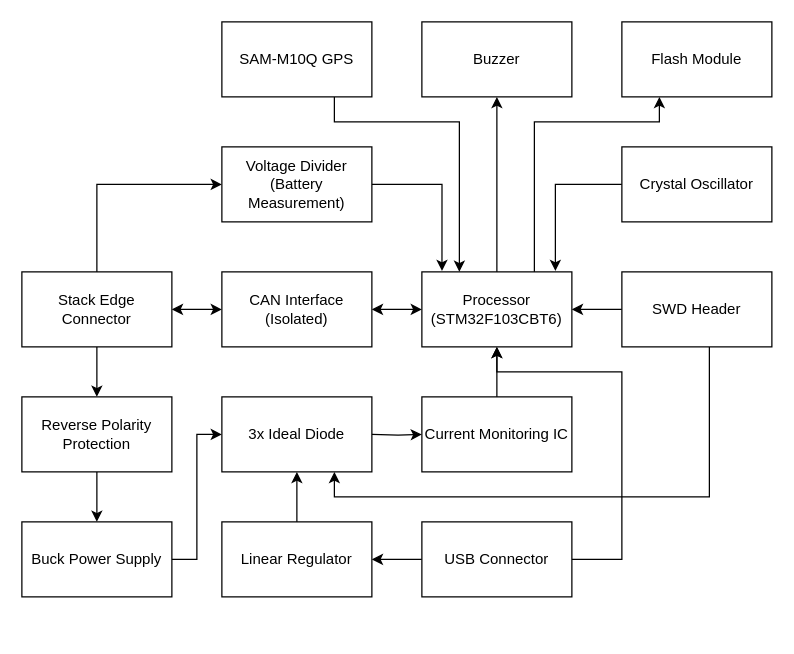
Earlier version of the draw.io diagram Diagrams/GPS_Module_Diagram.drawio (Queens-Rocket-Engineering-Team/Avionics-23-25). Source tidied: cells renumbered, new cells numbered last; positions are measured from the earlier drawing's top-left corner, leaving out a move shared by most shapes. Both pictures are drawn from the tidied source at 125%, with x=0, y=0 at pixel (21, 21).
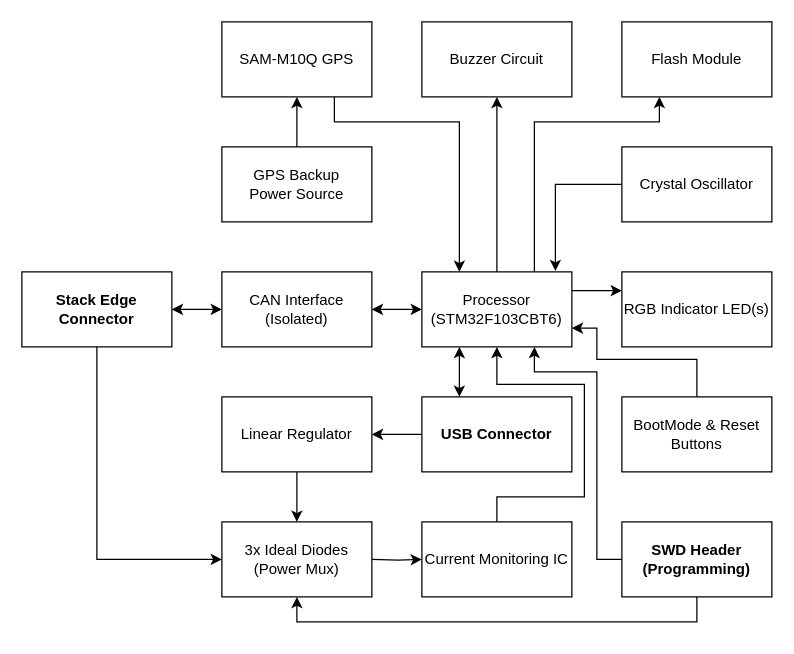
The same page after the edit.

Unchanged cells that the change refers to:
```xml
<mxCell id="8" value="Processor&lt;br&gt;(STM32F103CBT6)" style="whiteSpace=wrap;html=1;" parent="1" vertex="1">
  <mxGeometry x="320" y="200" width="120" height="60" as="geometry" />
</mxCell>
<mxCell id="32" value="SAM-M10Q GPS" style="whiteSpace=wrap;html=1;" parent="1" vertex="1">
  <mxGeometry x="160" width="120" height="60" as="geometry" />
</mxCell>
```

Diff of the diagram source:
```diff
@@
-    <mxCell id="3" style="edgeStyle=orthogonalEdgeStyle;rounded=0;jettySize=auto;html=1;entryX=0;entryY=0.5;entryDx=0;entryDy=0;" parent="1" edge="1" source="5" target="27">
-      <mxGeometry relative="1" as="geometry">
-        <Array as="points">
-          <mxPoint x="60" y="130" />
-        </Array>
-      </mxGeometry>
-    </mxCell>
-    <mxCell id="4" style="edgeStyle=orthogonalEdgeStyle;rounded=0;jettySize=auto;html=1;" parent="1" edge="1" source="5" target="30">
-      <mxGeometry relative="1" as="geometry" />
-    </mxCell>
-    <mxCell id="5" value="&lt;div&gt;Stack Edge Connector&lt;/div&gt;" style="whiteSpace=wrap;html=1;" parent="1" vertex="1">
+    <mxCell id="5" value="&lt;div&gt;Stack Edge Connector&lt;/div&gt;" style="whiteSpace=wrap;html=1;fontStyle=1;" parent="1" vertex="1">
       <mxGeometry y="200" width="120" height="60" as="geometry" />
     </mxCell>
@@
-    <mxCell id="11" style="edgeStyle=orthogonalEdgeStyle;rounded=0;jettySize=auto;html=1;" parent="1" edge="1" source="12">
-      <mxGeometry relative="1" as="geometry">
-        <mxPoint x="160" y="330" as="targetPoint" />
-        <Array as="points">
-          <mxPoint x="140" y="430" />
-          <mxPoint x="140" y="330" />
-        </Array>
-      </mxGeometry>
-    </mxCell>
-    <mxCell id="12" value="Buck Power Supply" style="whiteSpace=wrap;html=1;" parent="1" vertex="1">
-      <mxGeometry y="400" width="120" height="60" as="geometry" />
-    </mxCell>
-    <mxCell id="13" style="edgeStyle=orthogonalEdgeStyle;rounded=0;jettySize=auto;html=1;" parent="1" edge="1" source="14" target="8">
-      <mxGeometry relative="1" as="geometry" />
-    </mxCell>
-    <mxCell id="14" value="&lt;div&gt;Current Monitoring IC&lt;br&gt;&lt;/div&gt;" style="whiteSpace=wrap;html=1;" parent="1" vertex="1">
-      <mxGeometry x="320" y="300" width="120" height="60" as="geometry" />
-    </mxCell>
-    <mxCell id="15" style="edgeStyle=orthogonalEdgeStyle;rounded=0;jettySize=auto;html=1;" parent="1" edge="1" target="14">
-      <mxGeometry relative="1" as="geometry">
-        <mxPoint x="280" y="330" as="sourcePoint" />
-      </mxGeometry>
-    </mxCell>
-    <mxCell id="16" style="edgeStyle=orthogonalEdgeStyle;rounded=0;jettySize=auto;html=1;" parent="1" edge="1" source="18" target="8">
-      <mxGeometry relative="1" as="geometry">
-        <Array as="points">
-          <mxPoint x="480" y="430" />
-          <mxPoint x="480" y="280" />
-          <mxPoint x="380" y="280" />
-        </Array>
-      </mxGeometry>
-    </mxCell>
-    <mxCell id="17" style="edgeStyle=orthogonalEdgeStyle;rounded=0;jettySize=auto;html=1;" parent="1" edge="1" source="18" target="25">
-      <mxGeometry relative="1" as="geometry" />
+    <mxCell id="17" style="edgeStyle=orthogonalEdgeStyle;rounded=0;orthogonalLoop=1;jettySize=auto;html=1;" parent="1" edge="1">
+      <mxGeometry relative="1" as="geometry">
+        <mxPoint x="320" y="430" as="sourcePoint" />
+      </mxGeometry>
     </mxCell>
-    <mxCell id="18" value="USB Connector" style="whiteSpace=wrap;html=1;" parent="1" vertex="1">
-      <mxGeometry x="320" y="400" width="120" height="60" as="geometry" />
-    </mxCell>
-    <mxCell id="19" style="edgeStyle=orthogonalEdgeStyle;rounded=0;jettySize=auto;html=1;" parent="1" edge="1" source="21" target="8">
-      <mxGeometry relative="1" as="geometry" />
-    </mxCell>
-    <mxCell id="20" style="edgeStyle=orthogonalEdgeStyle;rounded=0;jettySize=auto;html=1;entryX=0.75;entryY=1;entryDx=0;entryDy=0;" parent="1" edge="1" source="21" target="28">
-      <mxGeometry relative="1" as="geometry">
-        <Array as="points">
-          <mxPoint x="550" y="380" />
-          <mxPoint x="250" y="380" />
-        </Array>
-      </mxGeometry>
-    </mxCell>
-    <mxCell id="21" value="&lt;div&gt;SWD Header&lt;/div&gt;" style="whiteSpace=wrap;html=1;" parent="1" vertex="1">
-      <mxGeometry x="480" y="200" width="120" height="60" as="geometry" />
-    </mxCell>
@@
-    <mxCell id="24" style="edgeStyle=orthogonalEdgeStyle;rounded=0;jettySize=auto;html=1;" parent="1" edge="1" source="25">
-      <mxGeometry relative="1" as="geometry">
-        <mxPoint x="220" y="360" as="targetPoint" />
-      </mxGeometry>
-    </mxCell>
-    <mxCell id="25" value="Linear Regulator" style="whiteSpace=wrap;html=1;" parent="1" vertex="1">
-      <mxGeometry x="160" y="400" width="120" height="60" as="geometry" />
-    </mxCell>
-    <mxCell id="26" style="edgeStyle=orthogonalEdgeStyle;rounded=0;jettySize=auto;html=1;entryX=0.134;entryY=-0.012;entryDx=0;entryDy=0;entryPerimeter=0;" parent="1" edge="1" source="27" target="8">
-      <mxGeometry relative="1" as="geometry" />
-    </mxCell>
-    <mxCell id="27" value="&lt;div&gt;Voltage Divider (Battery Measurement)&lt;br&gt;&lt;/div&gt;" style="whiteSpace=wrap;html=1;" parent="1" vertex="1">
-      <mxGeometry x="160" y="100" width="120" height="60" as="geometry" />
-    </mxCell>
-    <mxCell id="28" value="3x Ideal Diode" style="whiteSpace=wrap;html=1;" parent="1" vertex="1">
-      <mxGeometry x="160" y="300" width="120" height="60" as="geometry" />
-    </mxCell>
-    <mxCell id="29" style="edgeStyle=orthogonalEdgeStyle;rounded=0;jettySize=auto;html=1;" parent="1" edge="1" source="30" target="12">
-      <mxGeometry relative="1" as="geometry" />
+    <mxCell id="29" style="edgeStyle=orthogonalEdgeStyle;rounded=0;orthogonalLoop=1;jettySize=auto;html=1;" parent="1" edge="1">
+      <mxGeometry relative="1" as="geometry">
+        <mxPoint x="60" y="400" as="targetPoint" />
+      </mxGeometry>
     </mxCell>
-    <mxCell id="30" value="Reverse Polarity Protection" style="whiteSpace=wrap;html=1;" parent="1" vertex="1">
-      <mxGeometry y="300" width="120" height="60" as="geometry" />
-    </mxCell>
@@
-    <mxCell id="34" value="Buzzer" style="whiteSpace=wrap;html=1;" parent="1" vertex="1">
+    <mxCell id="34" value="Buzzer Circuit" style="whiteSpace=wrap;html=1;" parent="1" vertex="1">
       <mxGeometry x="320" width="120" height="60" as="geometry" />
     </mxCell>
+    <mxCell id="35" style="edgeStyle=orthogonalEdgeStyle;rounded=0;jettySize=auto;html=1;entryX=0;entryY=0.5;entryDx=0;entryDy=0;exitX=0.5;exitY=1;exitDx=0;exitDy=0;" parent="1" edge="1" source="5" target="43">
+      <mxGeometry relative="1" as="geometry">
+        <Array as="points">
+          <mxPoint x="60" y="430" />
+        </Array>
+      </mxGeometry>
+    </mxCell>
+    <mxCell id="36" style="edgeStyle=orthogonalEdgeStyle;rounded=0;jettySize=auto;html=1;exitX=1;exitY=0.25;exitDx=0;exitDy=0;entryX=0;entryY=0.25;entryDx=0;entryDy=0;" parent="1" edge="1" source="8" target="44">
+      <mxGeometry relative="1" as="geometry" />
+    </mxCell>
+    <mxCell id="13" style="edgeStyle=orthogonalEdgeStyle;rounded=0;jettySize=auto;html=1;exitX=0.5;exitY=0;exitDx=0;exitDy=0;entryX=0.5;entryY=1;entryDx=0;entryDy=0;" parent="1" edge="1" source="14" target="8">
+      <mxGeometry relative="1" as="geometry">
+        <Array as="points">
+          <mxPoint x="380" y="380" />
+          <mxPoint x="450" y="380" />
+          <mxPoint x="450" y="290" />
+          <mxPoint x="380" y="290" />
+        </Array>
+      </mxGeometry>
+    </mxCell>
+    <mxCell id="14" value="&lt;div&gt;Current Monitoring IC&lt;br&gt;&lt;/div&gt;" style="whiteSpace=wrap;html=1;" parent="1" vertex="1">
+      <mxGeometry x="320" y="400" width="120" height="60" as="geometry" />
+    </mxCell>
+    <mxCell id="37" style="edgeStyle=orthogonalEdgeStyle;rounded=0;jettySize=auto;html=1;" parent="1" edge="1" target="14">
+      <mxGeometry relative="1" as="geometry">
+        <mxPoint x="280" y="430" as="sourcePoint" />
+      </mxGeometry>
+    </mxCell>
+    <mxCell id="38" style="edgeStyle=orthogonalEdgeStyle;rounded=0;jettySize=auto;html=1;" parent="1" edge="1" source="18" target="25">
+      <mxGeometry relative="1" as="geometry" />
+    </mxCell>
+    <mxCell id="16" style="edgeStyle=orthogonalEdgeStyle;rounded=0;jettySize=auto;html=1;exitX=0.25;exitY=0;exitDx=0;exitDy=0;entryX=0.25;entryY=1;entryDx=0;entryDy=0;startArrow=classic;startFill=1;" parent="1" edge="1" source="18" target="8">
+      <mxGeometry relative="1" as="geometry" />
+    </mxCell>
+    <mxCell id="18" value="USB Connector" style="whiteSpace=wrap;html=1;fontStyle=1;" parent="1" vertex="1">
+      <mxGeometry x="320" y="300" width="120" height="60" as="geometry" />
+    </mxCell>
+    <mxCell id="39" style="edgeStyle=orthogonalEdgeStyle;rounded=0;jettySize=auto;html=1;entryX=0.75;entryY=1;entryDx=0;entryDy=0;" parent="1" edge="1" source="41" target="8">
+      <mxGeometry relative="1" as="geometry">
+        <Array as="points">
+          <mxPoint x="460" y="430" />
+          <mxPoint x="460" y="280" />
+          <mxPoint x="410" y="280" />
+        </Array>
+      </mxGeometry>
+    </mxCell>
+    <mxCell id="40" style="edgeStyle=orthogonalEdgeStyle;rounded=0;jettySize=auto;html=1;entryX=0.5;entryY=1;entryDx=0;entryDy=0;" parent="1" edge="1" source="41" target="43">
+      <mxGeometry relative="1" as="geometry">
+        <Array as="points">
+          <mxPoint x="540" y="480" />
+          <mxPoint x="220" y="480" />
+        </Array>
+      </mxGeometry>
+    </mxCell>
+    <mxCell id="41" value="&lt;div&gt;SWD Header&lt;/div&gt;&lt;div&gt;(Programming)&lt;/div&gt;" style="whiteSpace=wrap;html=1;fontStyle=1;" parent="1" vertex="1">
+      <mxGeometry x="480" y="400" width="120" height="60" as="geometry" />
+    </mxCell>
+    <mxCell id="42" style="edgeStyle=orthogonalEdgeStyle;rounded=0;jettySize=auto;html=1;" parent="1" edge="1" source="25" target="43">
+      <mxGeometry relative="1" as="geometry" />
+    </mxCell>
+    <mxCell id="25" value="Linear Regulator" style="whiteSpace=wrap;html=1;" parent="1" vertex="1">
+      <mxGeometry x="160" y="300" width="120" height="60" as="geometry" />
+    </mxCell>
+    <mxCell id="43" value="&lt;div&gt;3x Ideal Diodes&lt;/div&gt;&lt;div&gt;(Power Mux)&lt;/div&gt;" style="whiteSpace=wrap;html=1;" parent="1" vertex="1">
+      <mxGeometry x="160" y="400" width="120" height="60" as="geometry" />
+    </mxCell>
+    <mxCell id="44" value="RGB Indicator LED(s)" style="whiteSpace=wrap;html=1;" parent="1" vertex="1">
+      <mxGeometry x="480" y="200" width="120" height="60" as="geometry" />
+    </mxCell>
+    <mxCell id="45" style="edgeStyle=orthogonalEdgeStyle;rounded=0;jettySize=auto;html=1;exitX=0.5;exitY=0;exitDx=0;exitDy=0;entryX=1;entryY=0.75;entryDx=0;entryDy=0;" parent="1" edge="1" source="46" target="8">
+      <mxGeometry relative="1" as="geometry">
+        <Array as="points">
+          <mxPoint x="540" y="270" />
+          <mxPoint x="460" y="270" />
+          <mxPoint x="460" y="245" />
+        </Array>
+      </mxGeometry>
+    </mxCell>
+    <mxCell id="46" value="&lt;div&gt;BootMode &amp;amp; Reset&lt;/div&gt;&lt;div&gt;Buttons&lt;br&gt;&lt;/div&gt;" style="whiteSpace=wrap;html=1;" parent="1" vertex="1">
+      <mxGeometry x="480" y="300" width="120" height="60" as="geometry" />
+    </mxCell>
+    <mxCell id="47" style="edgeStyle=orthogonalEdgeStyle;rounded=0;jettySize=auto;html=1;" parent="1" edge="1" source="48" target="32">
+      <mxGeometry relative="1" as="geometry" />
+    </mxCell>
+    <mxCell id="48" value="&lt;div&gt;GPS Backup&lt;/div&gt;&lt;div&gt;Power Source&lt;br&gt;&lt;/div&gt;" style="whiteSpace=wrap;html=1;" parent="1" vertex="1">
+      <mxGeometry x="160" y="100" width="120" height="60" as="geometry" />
+    </mxCell>
```
